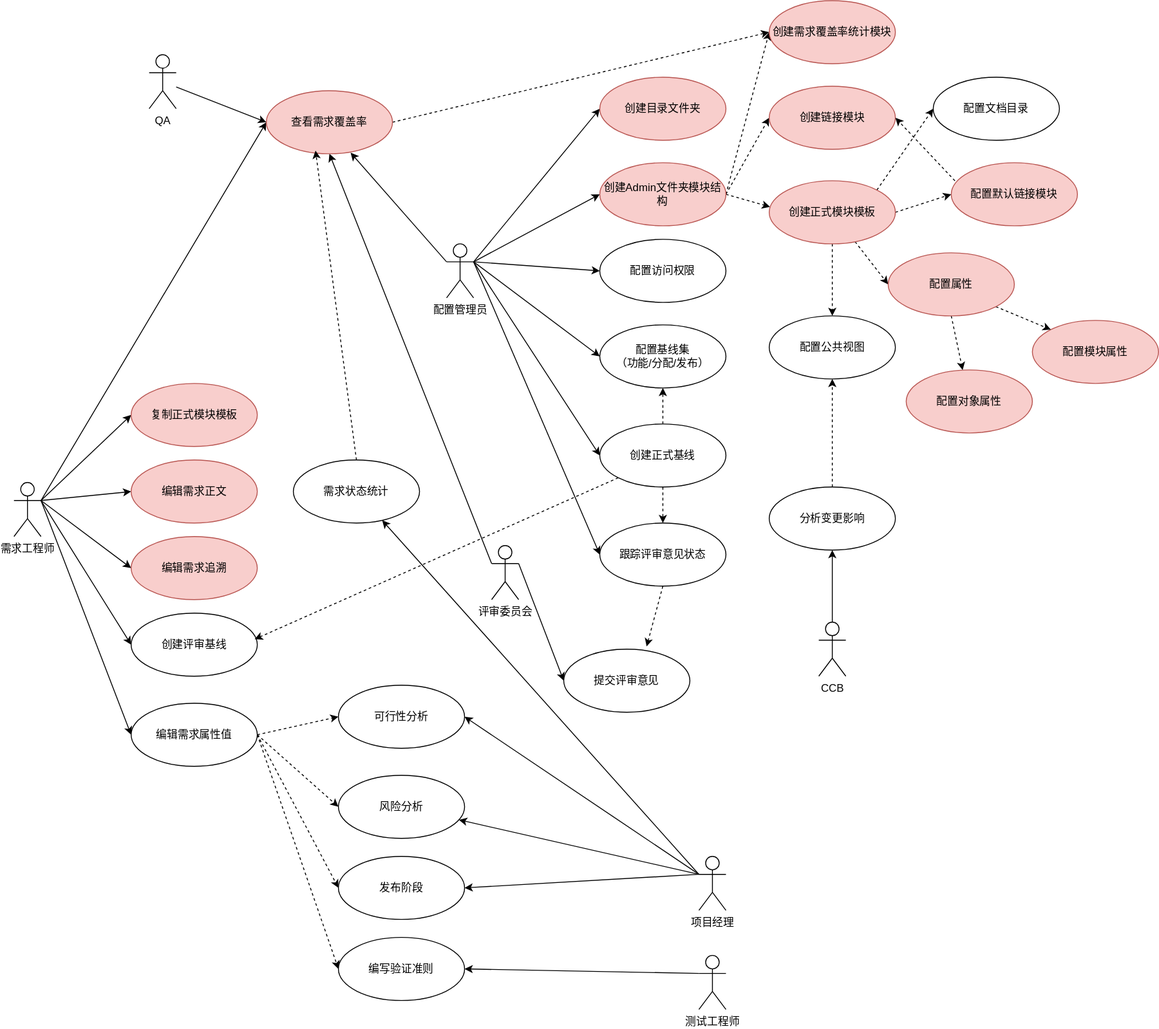
The draw.io diagram UseCase.drawio.svg in Zeyue/DXL-Coverage, before a commit. Source tidied: cells renumbered, new cells last; positions are measured from the earlier drawing's top-left corner, leaving out a move shared by most shapes.
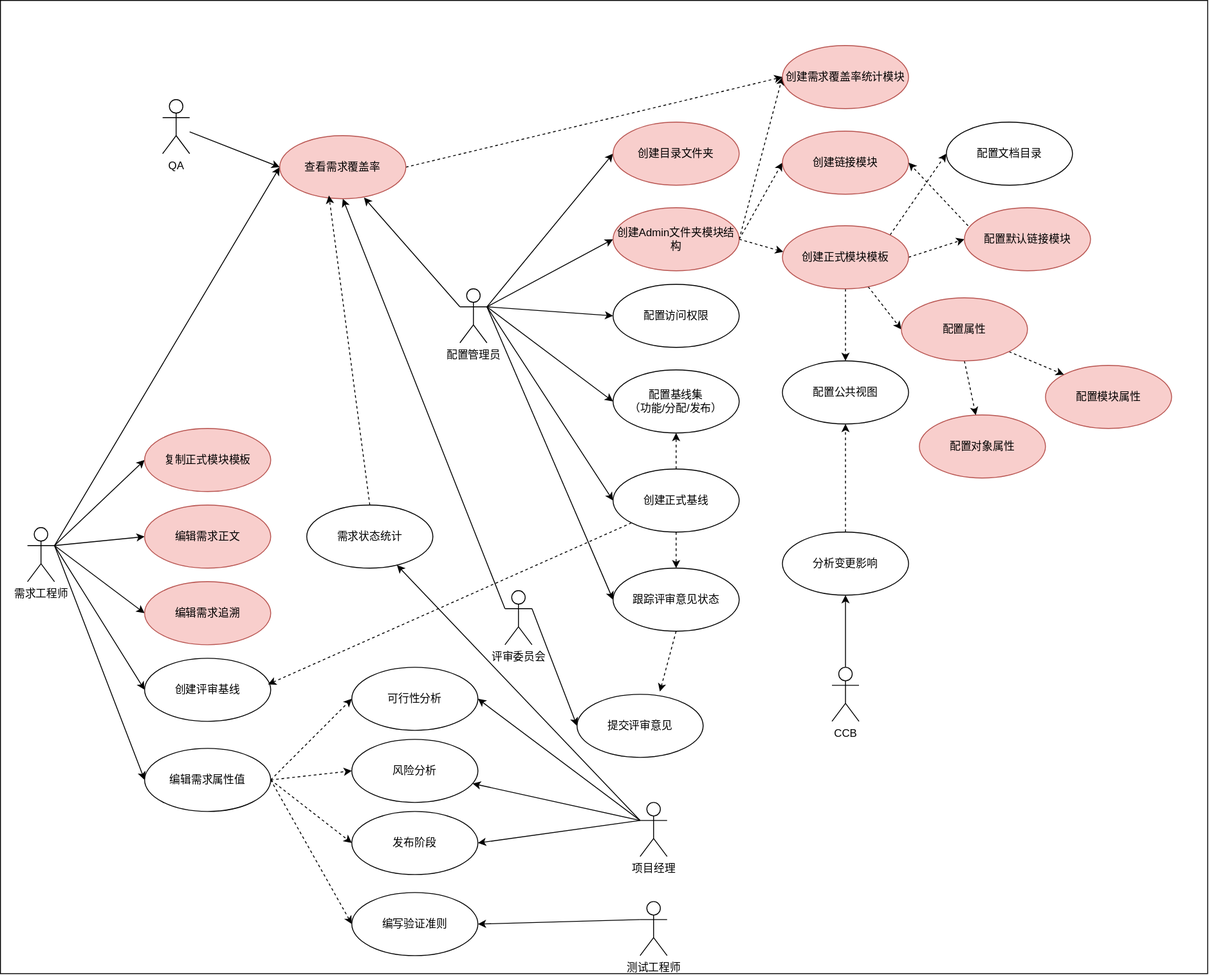
After the change.

Commit message:
添加图片背景

The edit, as a diff of the source:
```diff
@@ -2,6 +2,9 @@
   <root>
     <mxCell id="0" />
     <mxCell id="1" parent="0" />
+    <mxCell id="80" style="rounded=0;whiteSpace=wrap;html=1;" parent="1" vertex="1">
+      <mxGeometry x="-30" y="-50" width="1340" height="1080" as="geometry" />
+    </mxCell>
     <mxCell id="2" style="edgeStyle=none;html=1;exitX=1;exitY=0.3333333333333333;exitDx=0;exitDy=0;exitPerimeter=0;entryX=0;entryY=0.5;entryDx=0;entryDy=0;" parent="1" edge="1" source="9" target="10">
       <mxGeometry relative="1" as="geometry" />
     </mxCell>
@@ -210,7 +213,7 @@
       <mxGeometry relative="1" as="geometry" />
     </mxCell>
     <mxCell id="71" value="项目经理" style="shape=umlActor;verticalLabelPosition=bottom;verticalAlign=top;html=1;" parent="1" vertex="1">
-      <mxGeometry x="760" y="950" width="30" height="60" as="geometry" />
+      <mxGeometry x="680" y="840" width="30" height="60" as="geometry" />
     </mxCell>
     <mxCell id="72" style="edgeStyle=none;html=1;exitX=0.5;exitY=0;exitDx=0;exitDy=0;entryX=0.39;entryY=0.95;entryDx=0;entryDy=0;entryPerimeter=0;dashed=1;" parent="1" edge="1" source="73" target="60">
       <mxGeometry relative="1" as="geometry" />
@@ -222,19 +225,19 @@
       <mxGeometry relative="1" as="geometry" />
     </mxCell>
     <mxCell id="75" value="测试工程师" style="shape=umlActor;verticalLabelPosition=bottom;verticalAlign=top;html=1;" parent="1" vertex="1">
-      <mxGeometry x="760" y="1060" width="30" height="60" as="geometry" />
+      <mxGeometry x="680" y="950" width="30" height="60" as="geometry" />
     </mxCell>
     <mxCell id="76" value="编写验证准则" style="ellipse;whiteSpace=wrap;html=1;" parent="1" vertex="1">
-      <mxGeometry x="360" y="1040" width="140" height="70" as="geometry" />
+      <mxGeometry x="360" y="940" width="140" height="70" as="geometry" />
     </mxCell>
     <mxCell id="77" value="可行性分析" style="ellipse;whiteSpace=wrap;html=1;" parent="1" vertex="1">
-      <mxGeometry x="360" y="760" width="140" height="70" as="geometry" />
+      <mxGeometry x="360" y="690" width="140" height="70" as="geometry" />
     </mxCell>
     <mxCell id="78" value="风险分析" style="ellipse;whiteSpace=wrap;html=1;" parent="1" vertex="1">
-      <mxGeometry x="360" y="860" width="140" height="70" as="geometry" />
+      <mxGeometry x="360" y="770" width="140" height="70" as="geometry" />
     </mxCell>
     <mxCell id="79" value="发布阶段" style="ellipse;whiteSpace=wrap;html=1;" parent="1" vertex="1">
-      <mxGeometry x="360" y="950" width="140" height="70" as="geometry" />
+      <mxGeometry x="360" y="850" width="140" height="70" as="geometry" />
     </mxCell>
   </root>
 </mxGraphModel>
```
